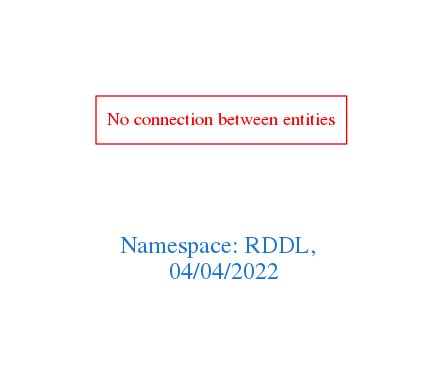
Before: downloads/RDDL.png, a diagram exported from Graphviz (arago/OGIT). Its source is kept beside it as downloads/RDDL.dot.
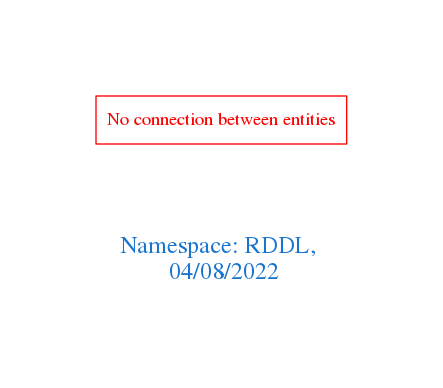
Later version of the same file.

The edit, as a diff of the source:
```diff
@@ -1,7 +1,7 @@
 digraph OGIT_ontology {
  graph [ rankdir= LR,pad=1
 fontsize = 18,
-fontcolor= dodgerblue3,label = "\n\n\nNamespace: RDDL, \n 04/04/2022"];
+fontcolor= dodgerblue3,label = "\n\n\nNamespace: RDDL, \n 04/08/2022"];
 node[shape=polygon];
 edge [  color="gray81"];
 
```
